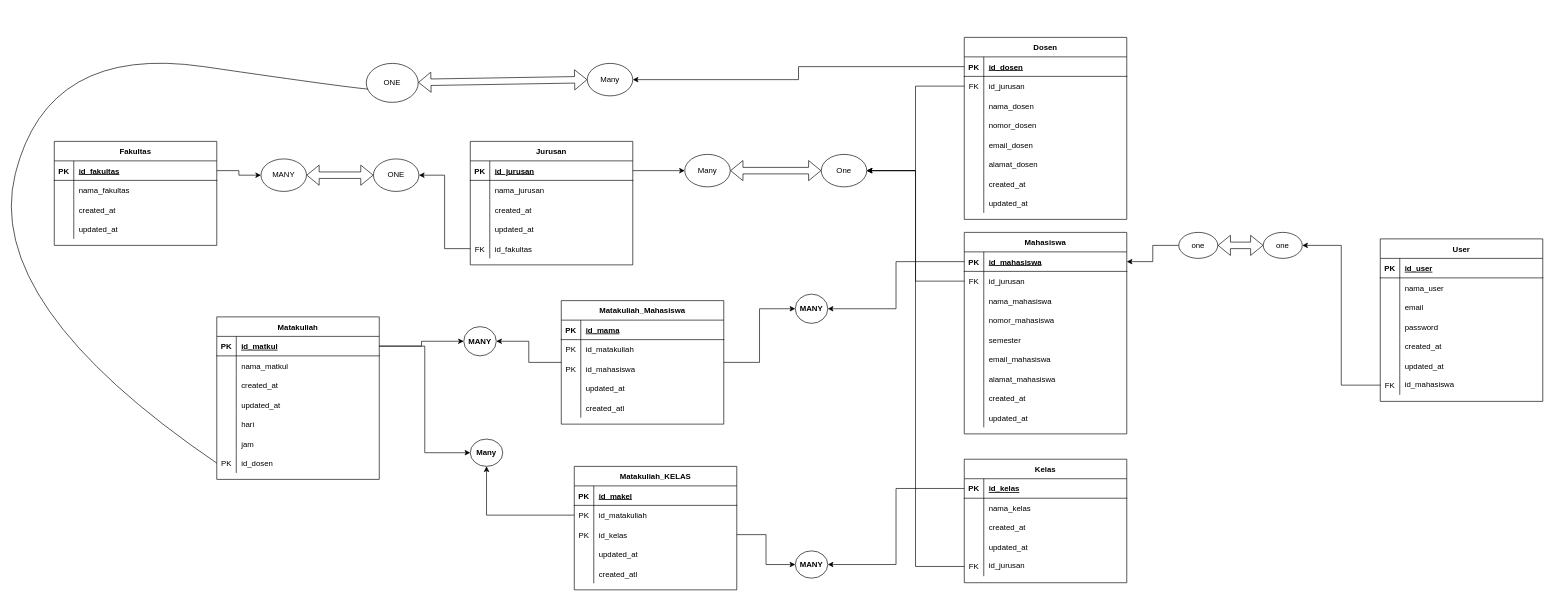
The draw.io diagram Untitled Diagram.drawio in Razha90/calculator, before the edit. Source tidied: cells renumbered, new cells numbered last; positions are measured from the earlier drawing's top-left corner, leaving out a move shared by most shapes. Both pictures are drawn from the tidied source at 65%, with x=0, y=0 at pixel (-18, -2).
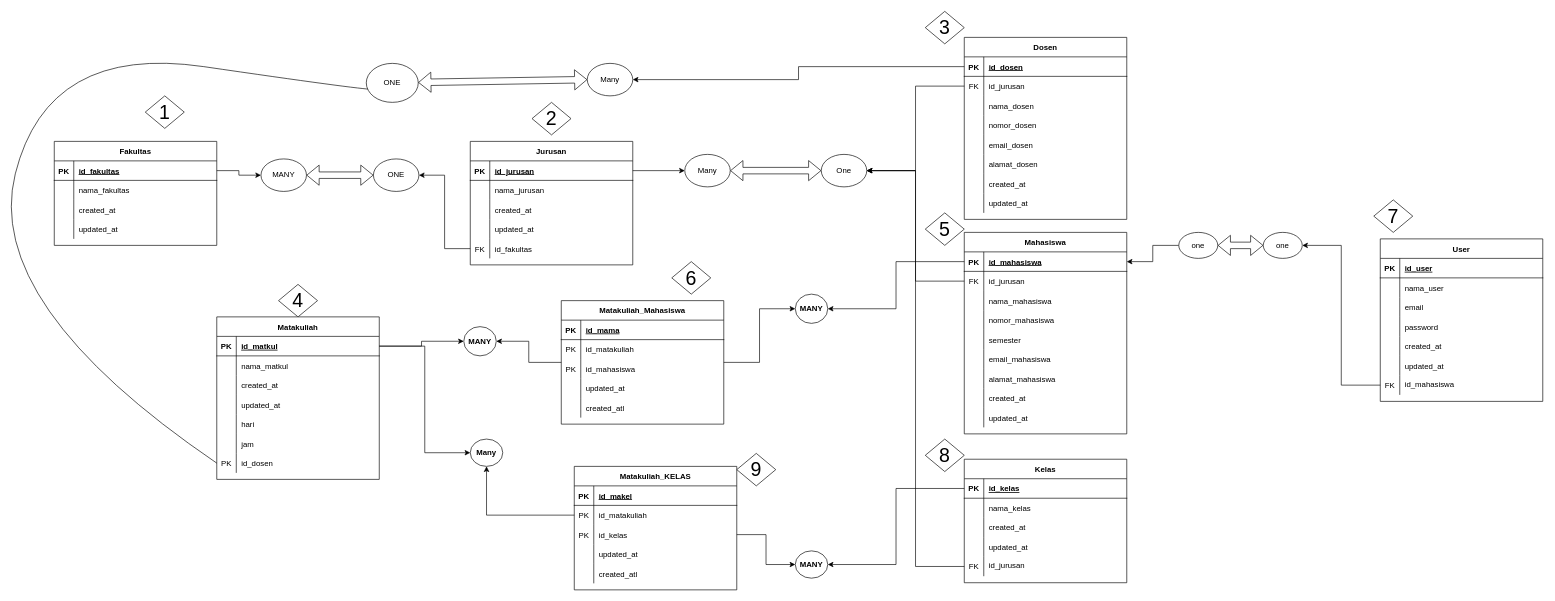
After the change.

Diff of the diagram source:
```diff
@@
+    <mxCell id="211" value="1" style="rhombus;whiteSpace=wrap;html=1;fontSize=30;" parent="1" vertex="1">
+      <mxGeometry x="250" y="150" width="60" height="50" as="geometry" />
+    </mxCell>
+    <mxCell id="212" value="2" style="rhombus;whiteSpace=wrap;html=1;fontSize=30;" parent="1" vertex="1">
+      <mxGeometry x="845" y="160" width="60" height="50" as="geometry" />
+    </mxCell>
+    <mxCell id="213" value="3" style="rhombus;whiteSpace=wrap;html=1;fontSize=30;" parent="1" vertex="1">
+      <mxGeometry x="1450" y="20" width="60" height="50" as="geometry" />
+    </mxCell>
+    <mxCell id="214" value="4" style="rhombus;whiteSpace=wrap;html=1;fontSize=30;" parent="1" vertex="1">
+      <mxGeometry x="455" y="440" width="60" height="50" as="geometry" />
+    </mxCell>
+    <mxCell id="215" value="5" style="rhombus;whiteSpace=wrap;html=1;fontSize=30;" parent="1" vertex="1">
+      <mxGeometry x="1450" y="330" width="60" height="50" as="geometry" />
+    </mxCell>
+    <mxCell id="216" value="6" style="rhombus;whiteSpace=wrap;html=1;fontSize=30;" parent="1" vertex="1">
+      <mxGeometry x="1060" y="405" width="60" height="50" as="geometry" />
+    </mxCell>
+    <mxCell id="217" value="7" style="rhombus;whiteSpace=wrap;html=1;fontSize=30;" parent="1" vertex="1">
+      <mxGeometry x="2140" y="310" width="60" height="50" as="geometry" />
+    </mxCell>
+    <mxCell id="218" value="8" style="rhombus;whiteSpace=wrap;html=1;fontSize=30;" parent="1" vertex="1">
+      <mxGeometry x="1450" y="678" width="60" height="50" as="geometry" />
+    </mxCell>
+    <mxCell id="219" value="9" style="rhombus;whiteSpace=wrap;html=1;fontSize=30;" parent="1" vertex="1">
+      <mxGeometry x="1160" y="700" width="60" height="50" as="geometry" />
+    </mxCell>
```
